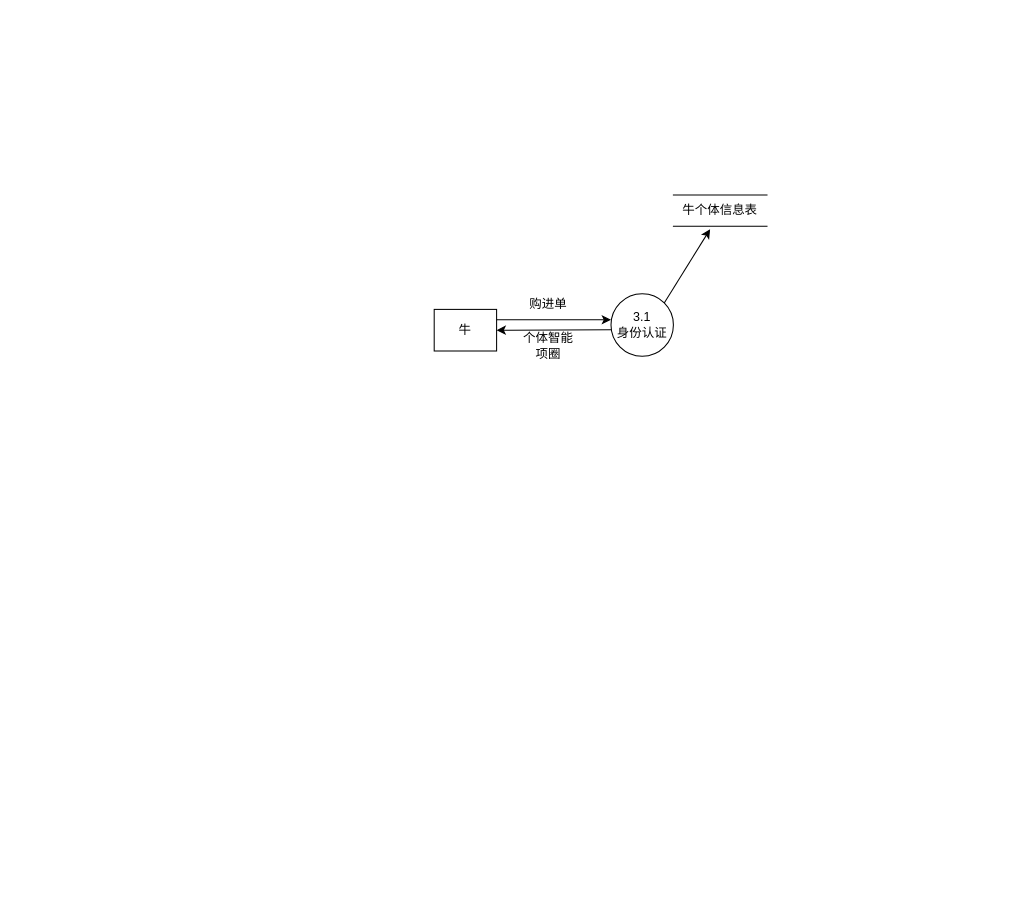
Before: Untitled Diagram.drawio in FanDoggie/github-slideshow, a draw.io diagram. Source tidied: cells renumbered, new cells numbered last; positions are measured from the earlier drawing's top-left corner, leaving out a move shared by most shapes. Both pictures are drawn from the tidied source at 104%, with x=0, y=0 at pixel (434, 194).
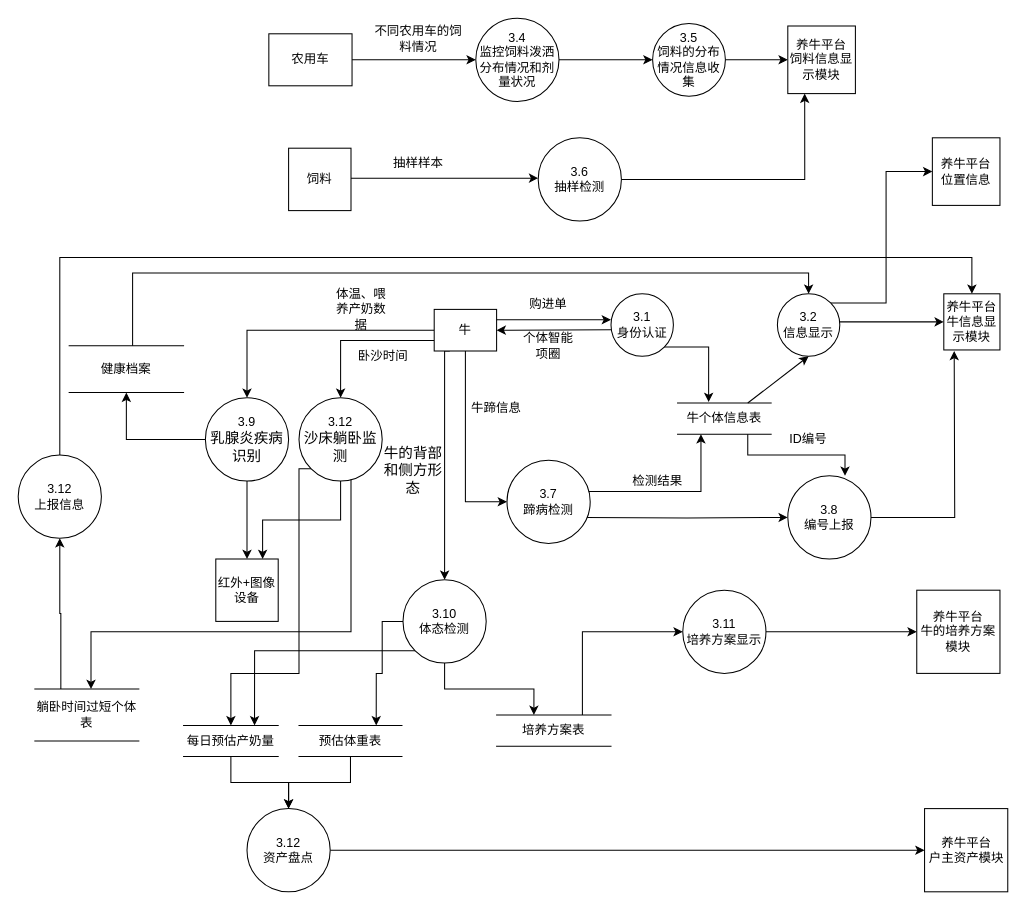
After the change.

The change refers to these unchanged cells:
```xml
<mxCell id="3" value="牛" style="rounded=0;whiteSpace=wrap;html=1;" parent="1" vertex="1">
  <mxGeometry y="110" width="60" height="40" as="geometry" />
</mxCell>
<mxCell id="4" value="3.1&lt;br&gt;身份认证" style="ellipse;whiteSpace=wrap;html=1;" parent="1" vertex="1">
  <mxGeometry x="170" y="95" width="60" height="60" as="geometry" />
</mxCell>
```

What changed in the source:
```diff
@@
+    <mxCell id="10" style="edgeStyle=orthogonalEdgeStyle;rounded=0;jettySize=auto;html=1;exitX=0.75;exitY=1;exitDx=0;exitDy=0;" parent="1" edge="1" source="2">
+      <mxGeometry relative="1" as="geometry">
+        <mxPoint x="395" y="270" as="targetPoint" />
+        <Array as="points">
+          <mxPoint x="302" y="250" />
+          <mxPoint x="395" y="250" />
+        </Array>
+      </mxGeometry>
+    </mxCell>
     <mxCell id="2" value="牛个体信息表" style="shape=partialRectangle;whiteSpace=wrap;html=1;left=0;right=0;fillColor=none;" parent="1" vertex="1">
-      <mxGeometry x="230" width="90" height="30" as="geometry" />
+      <mxGeometry x="234" y="200" width="90" height="30" as="geometry" />
     </mxCell>
+    <mxCell id="11" style="edgeStyle=orthogonalEdgeStyle;rounded=0;jettySize=auto;html=1;exitX=0.5;exitY=1;exitDx=0;exitDy=0;entryX=0;entryY=0.5;entryDx=0;entryDy=0;" parent="1" edge="1" source="3" target="35">
+      <mxGeometry relative="1" as="geometry" />
+    </mxCell>
+    <mxCell id="12" style="edgeStyle=orthogonalEdgeStyle;rounded=0;jettySize=auto;html=1;exitX=0;exitY=0.5;exitDx=0;exitDy=0;entryX=0.5;entryY=0;entryDx=0;entryDy=0;" parent="1" edge="1" source="3" target="43">
+      <mxGeometry relative="1" as="geometry" />
+    </mxCell>
+    <mxCell id="13" style="edgeStyle=orthogonalEdgeStyle;rounded=0;jettySize=auto;html=1;exitX=0.25;exitY=1;exitDx=0;exitDy=0;entryX=0.5;entryY=0;entryDx=0;entryDy=0;" parent="1" edge="1" source="3" target="51">
+      <mxGeometry relative="1" as="geometry">
+        <Array as="points">
+          <mxPoint x="10" y="150" />
+        </Array>
+      </mxGeometry>
+    </mxCell>
+    <mxCell id="14" style="edgeStyle=orthogonalEdgeStyle;rounded=0;jettySize=auto;html=1;exitX=0;exitY=0.75;exitDx=0;exitDy=0;" parent="1" edge="1" source="3" target="63">
+      <mxGeometry relative="1" as="geometry" />
+    </mxCell>
@@
+    <mxCell id="9" style="edgeStyle=orthogonalEdgeStyle;rounded=0;jettySize=auto;html=1;exitX=1;exitY=1;exitDx=0;exitDy=0;entryX=0.332;entryY=-0.032;entryDx=0;entryDy=0;entryPerimeter=0;" parent="1" edge="1" source="4" target="2">
+      <mxGeometry relative="1" as="geometry" />
+    </mxCell>
@@
-    <mxCell id="9" style="endArrow=classic;html=1;rounded=0;exitX=1;exitY=0;exitDx=0;exitDy=0;entryX=0.392;entryY=1.098;entryDx=0;entryDy=0;entryPerimeter=0;" parent="1" edge="1" source="4" target="2">
-      <mxGeometry relative="1" as="geometry" />
-    </mxCell>
+    <mxCell id="15" style="edgeStyle=orthogonalEdgeStyle;rounded=0;jettySize=auto;html=1;exitX=1;exitY=0;exitDx=0;exitDy=0;entryX=0;entryY=0.5;entryDx=0;entryDy=0;" parent="1" edge="1" source="16" target="69">
+      <mxGeometry relative="1" as="geometry" />
+    </mxCell>
+    <mxCell id="16" value="3.2&lt;br&gt;信息显示" style="ellipse;whiteSpace=wrap;html=1;" parent="1" vertex="1">
+      <mxGeometry x="330" y="95" width="60" height="60" as="geometry" />
+    </mxCell>
+    <mxCell id="17" style="endArrow=classic;html=1;rounded=0;entryX=0.5;entryY=1;entryDx=0;entryDy=0;exitX=0.75;exitY=0;exitDx=0;exitDy=0;" parent="1" edge="1" source="2" target="16">
+      <mxGeometry relative="1" as="geometry" />
+    </mxCell>
+    <mxCell id="18" value="养牛平台&lt;br&gt;牛信息显示模块" style="whiteSpace=wrap;html=1;" parent="1" vertex="1">
+      <mxGeometry x="490" y="95" width="54" height="54" as="geometry" />
+    </mxCell>
+    <mxCell id="19" style="endArrow=classic;html=1;rounded=0;entryX=0;entryY=0.5;entryDx=0;entryDy=0;" parent="1" edge="1" target="18">
+      <mxGeometry relative="1" as="geometry">
+        <mxPoint x="390" y="122" as="sourcePoint" />
+      </mxGeometry>
+    </mxCell>
+    <mxCell id="20" style="edgeStyle=orthogonalEdgeStyle;rounded=0;jettySize=auto;html=1;exitX=1;exitY=0.5;exitDx=0;exitDy=0;entryX=0;entryY=0.5;entryDx=0;entryDy=0;" parent="1" edge="1" source="21" target="25">
+      <mxGeometry relative="1" as="geometry" />
+    </mxCell>
+    <mxCell id="21" value="农用车" style="rounded=0;whiteSpace=wrap;html=1;" parent="1" vertex="1">
+      <mxGeometry x="-159" y="-155" width="80" height="50" as="geometry" />
+    </mxCell>
+    <mxCell id="22" style="edgeStyle=orthogonalEdgeStyle;rounded=0;jettySize=auto;html=1;" parent="1" edge="1" source="23" target="27">
+      <mxGeometry relative="1" as="geometry" />
+    </mxCell>
+    <mxCell id="23" value="3.5&lt;br&gt;饲料的分布情况信息收集" style="ellipse;whiteSpace=wrap;html=1;" parent="1" vertex="1">
+      <mxGeometry x="210" y="-165" width="70" height="70" as="geometry" />
+    </mxCell>
+    <mxCell id="24" style="edgeStyle=orthogonalEdgeStyle;rounded=0;jettySize=auto;html=1;" parent="1" edge="1" source="25" target="23">
+      <mxGeometry relative="1" as="geometry" />
+    </mxCell>
+    <mxCell id="25" value="3.4&lt;br&gt;监控饲料泼洒分布情况和剂量状况" style="ellipse;whiteSpace=wrap;html=1;" parent="1" vertex="1">
+      <mxGeometry x="40" y="-170" width="80" height="80" as="geometry" />
+    </mxCell>
+    <mxCell id="26" value="不同农用车的饲料情况" style="text;html=1;strokeColor=none;fillColor=none;align=center;verticalAlign=middle;whiteSpace=wrap;rounded=0;" parent="1" vertex="1">
+      <mxGeometry x="-60" y="-165" width="90" height="30" as="geometry" />
+    </mxCell>
+    <mxCell id="27" value="养牛平台&lt;br&gt;饲料信息显示模块" style="whiteSpace=wrap;html=1;" parent="1" vertex="1">
+      <mxGeometry x="340" y="-162.5" width="65" height="65" as="geometry" />
+    </mxCell>
+    <mxCell id="28" style="edgeStyle=orthogonalEdgeStyle;rounded=0;orthogonalLoop=1;jettySize=auto;html=1;" parent="1" edge="1">
+      <mxGeometry relative="1" as="geometry">
+        <mxPoint x="-80" y="-16.2" as="sourcePoint" />
+        <mxPoint x="100" y="-16.2" as="targetPoint" />
+      </mxGeometry>
+    </mxCell>
+    <mxCell id="29" value="饲料" style="whiteSpace=wrap;html=1;" parent="1" vertex="1">
+      <mxGeometry x="-140" y="-45" width="60" height="60" as="geometry" />
+    </mxCell>
+    <mxCell id="30" style="edgeStyle=orthogonalEdgeStyle;rounded=0;jettySize=auto;html=1;exitX=1;exitY=0.5;exitDx=0;exitDy=0;entryX=0.25;entryY=1;entryDx=0;entryDy=0;" parent="1" edge="1" source="31" target="27">
+      <mxGeometry relative="1" as="geometry" />
+    </mxCell>
+    <mxCell id="31" value="3.6&lt;br&gt;抽样检测" style="ellipse;whiteSpace=wrap;html=1;" parent="1" vertex="1">
+      <mxGeometry x="100" y="-55" width="80" height="80" as="geometry" />
+    </mxCell>
+    <mxCell id="32" value="抽样样本" style="text;html=1;strokeColor=none;fillColor=none;align=center;verticalAlign=middle;whiteSpace=wrap;rounded=0;" parent="1" vertex="1">
+      <mxGeometry x="-45" y="-45" width="60" height="30" as="geometry" />
+    </mxCell>
+    <mxCell id="33" style="edgeStyle=orthogonalEdgeStyle;rounded=0;jettySize=auto;html=1;entryX=0.25;entryY=1;entryDx=0;entryDy=0;exitX=0.977;exitY=0.397;exitDx=0;exitDy=0;exitPerimeter=0;" parent="1" edge="1" source="35" target="2">
+      <mxGeometry relative="1" as="geometry">
+        <Array as="points">
+          <mxPoint x="148" y="285" />
+          <mxPoint x="257" y="285" />
+        </Array>
+      </mxGeometry>
+    </mxCell>
+    <mxCell id="34" style="edgeStyle=orthogonalEdgeStyle;rounded=0;jettySize=auto;html=1;entryX=0;entryY=0.5;entryDx=0;entryDy=0;" parent="1" edge="1" target="39">
+      <mxGeometry relative="1" as="geometry">
+        <mxPoint x="145" y="310" as="sourcePoint" />
+      </mxGeometry>
+    </mxCell>
+    <mxCell id="35" value="3.7&lt;br&gt;蹄病检测" style="ellipse;whiteSpace=wrap;html=1;" parent="1" vertex="1">
+      <mxGeometry x="70" y="255" width="80" height="80" as="geometry" />
+    </mxCell>
+    <mxCell id="36" value="牛蹄信息" style="text;html=1;strokeColor=none;fillColor=none;align=center;verticalAlign=middle;whiteSpace=wrap;rounded=0;" parent="1" vertex="1">
+      <mxGeometry x="30" y="190" width="60" height="30" as="geometry" />
+    </mxCell>
+    <mxCell id="37" value="检测结果" style="text;html=1;strokeColor=none;fillColor=none;align=center;verticalAlign=middle;whiteSpace=wrap;rounded=0;" parent="1" vertex="1">
+      <mxGeometry x="185" y="260" width="60" height="30" as="geometry" />
+    </mxCell>
+    <mxCell id="38" style="edgeStyle=orthogonalEdgeStyle;rounded=0;jettySize=auto;html=1;exitX=1;exitY=0.5;exitDx=0;exitDy=0;" parent="1" edge="1" source="39">
+      <mxGeometry relative="1" as="geometry">
+        <mxPoint x="500" y="150" as="targetPoint" />
+      </mxGeometry>
+    </mxCell>
+    <mxCell id="39" value="3.8&lt;br&gt;编号上报" style="ellipse;whiteSpace=wrap;html=1;" parent="1" vertex="1">
+      <mxGeometry x="340" y="270" width="80" height="80" as="geometry" />
+    </mxCell>
+    <mxCell id="40" value="红外+图像设备" style="whiteSpace=wrap;html=1;" parent="1" vertex="1">
+      <mxGeometry x="-210" y="350" width="60" height="60" as="geometry" />
+    </mxCell>
+    <mxCell id="41" style="edgeStyle=orthogonalEdgeStyle;rounded=0;jettySize=auto;html=1;" parent="1" edge="1" source="43">
+      <mxGeometry relative="1" as="geometry">
+        <mxPoint x="-180" y="350" as="targetPoint" />
+      </mxGeometry>
+    </mxCell>
+    <mxCell id="42" style="edgeStyle=orthogonalEdgeStyle;rounded=0;jettySize=auto;html=1;entryX=0.5;entryY=1;entryDx=0;entryDy=0;" parent="1" edge="1" source="43" target="47">
+      <mxGeometry relative="1" as="geometry" />
+    </mxCell>
+    <mxCell id="43" value="3.9&lt;br&gt;&lt;font face=&quot;等线&quot;&gt;&lt;span style=&quot;font-size: 14px&quot;&gt;乳腺炎疾病识别&lt;/span&gt;&lt;/font&gt;" style="ellipse;whiteSpace=wrap;html=1;" parent="1" vertex="1">
+      <mxGeometry x="-220" y="195" width="80" height="80" as="geometry" />
+    </mxCell>
+    <mxCell id="44" value="ID编号" style="text;html=1;strokeColor=none;fillColor=none;align=center;verticalAlign=middle;whiteSpace=wrap;rounded=0;" parent="1" vertex="1">
+      <mxGeometry x="330" y="220" width="60" height="30" as="geometry" />
+    </mxCell>
+    <mxCell id="45" value="体温、喂养产奶数据" style="text;html=1;strokeColor=none;fillColor=none;align=center;verticalAlign=middle;whiteSpace=wrap;rounded=0;" parent="1" vertex="1">
+      <mxGeometry x="-100" y="95" width="60" height="30" as="geometry" />
+    </mxCell>
+    <mxCell id="46" style="edgeStyle=orthogonalEdgeStyle;rounded=0;jettySize=auto;html=1;entryX=0.5;entryY=0;entryDx=0;entryDy=0;" parent="1" edge="1" source="47" target="16">
+      <mxGeometry relative="1" as="geometry">
+        <Array as="points">
+          <mxPoint x="-290" y="75" />
+          <mxPoint x="360" y="75" />
+        </Array>
+      </mxGeometry>
+    </mxCell>
+    <mxCell id="47" value="健康档案" style="shape=partialRectangle;whiteSpace=wrap;html=1;left=0;right=0;fillColor=none;" parent="1" vertex="1">
+      <mxGeometry x="-351" y="145" width="110" height="45" as="geometry" />
+    </mxCell>
+    <mxCell id="48" style="edgeStyle=orthogonalEdgeStyle;rounded=0;jettySize=auto;html=1;entryX=0.326;entryY=-0.001;entryDx=0;entryDy=0;exitX=0.5;exitY=1;exitDx=0;exitDy=0;entryPerimeter=0;" parent="1" edge="1" source="51" target="54">
+      <mxGeometry relative="1" as="geometry" />
+    </mxCell>
+    <mxCell id="49" style="edgeStyle=orthogonalEdgeStyle;rounded=0;jettySize=auto;html=1;exitX=0;exitY=0.5;exitDx=0;exitDy=0;entryX=0.75;entryY=0;entryDx=0;entryDy=0;" parent="1" edge="1" source="51" target="59">
+      <mxGeometry relative="1" as="geometry">
+        <Array as="points">
+          <mxPoint x="-50" y="410" />
+          <mxPoint x="-50" y="460" />
+          <mxPoint x="-56" y="460" />
+        </Array>
+      </mxGeometry>
+    </mxCell>
+    <mxCell id="50" style="edgeStyle=orthogonalEdgeStyle;rounded=0;jettySize=auto;html=1;exitX=0;exitY=1;exitDx=0;exitDy=0;entryX=0.75;entryY=0;entryDx=0;entryDy=0;" parent="1" edge="1" source="51" target="71">
+      <mxGeometry relative="1" as="geometry" />
+    </mxCell>
+    <mxCell id="51" value="3.10&lt;br&gt;体态检测" style="ellipse;whiteSpace=wrap;html=1;" parent="1" vertex="1">
+      <mxGeometry x="-30" y="370" width="80" height="80" as="geometry" />
+    </mxCell>
+    <mxCell id="52" value="&lt;span style=&quot;font-size: 10.5pt&quot;&gt;牛的背部和侧方形态&lt;/span&gt;" style="text;html=1;strokeColor=none;fillColor=none;align=center;verticalAlign=middle;whiteSpace=wrap;rounded=0;" parent="1" vertex="1">
+      <mxGeometry x="-50" y="210" width="60" height="110" as="geometry" />
+    </mxCell>
+    <mxCell id="53" style="edgeStyle=orthogonalEdgeStyle;rounded=0;jettySize=auto;html=1;exitX=0.75;exitY=0;exitDx=0;exitDy=0;entryX=0;entryY=0.5;entryDx=0;entryDy=0;" parent="1" edge="1" source="54" target="56">
+      <mxGeometry relative="1" as="geometry" />
+    </mxCell>
+    <mxCell id="54" value="培养方案表" style="shape=partialRectangle;whiteSpace=wrap;html=1;left=0;right=0;fillColor=none;" parent="1" vertex="1">
+      <mxGeometry x="60" y="500" width="110" height="30" as="geometry" />
+    </mxCell>
+    <mxCell id="55" style="edgeStyle=orthogonalEdgeStyle;rounded=0;jettySize=auto;html=1;exitX=1;exitY=0.5;exitDx=0;exitDy=0;" parent="1" edge="1" source="56" target="57">
+      <mxGeometry relative="1" as="geometry" />
+    </mxCell>
+    <mxCell id="56" value="3.11&lt;br&gt;培养方案显示" style="ellipse;whiteSpace=wrap;html=1;" parent="1" vertex="1">
+      <mxGeometry x="239" y="380" width="80" height="80" as="geometry" />
+    </mxCell>
+    <mxCell id="57" value="养牛平台&lt;br&gt;牛的培养方案模块" style="whiteSpace=wrap;html=1;" parent="1" vertex="1">
+      <mxGeometry x="464" y="380" width="80" height="80" as="geometry" />
+    </mxCell>
+    <mxCell id="58" style="edgeStyle=orthogonalEdgeStyle;rounded=0;jettySize=auto;html=1;exitX=0.5;exitY=1;exitDx=0;exitDy=0;" parent="1" edge="1" source="59" target="73">
+      <mxGeometry relative="1" as="geometry" />
+    </mxCell>
+    <mxCell id="59" value="预估体重表" style="shape=partialRectangle;whiteSpace=wrap;html=1;left=0;right=0;fillColor=none;" parent="1" vertex="1">
+      <mxGeometry x="-130" y="510" width="99" height="30" as="geometry" />
+    </mxCell>
+    <mxCell id="60" style="edgeStyle=orthogonalEdgeStyle;rounded=0;jettySize=auto;html=1;exitX=0.5;exitY=1;exitDx=0;exitDy=0;entryX=0.75;entryY=0;entryDx=0;entryDy=0;" parent="1" edge="1" source="63" target="40">
+      <mxGeometry relative="1" as="geometry" />
+    </mxCell>
+    <mxCell id="61" style="edgeStyle=orthogonalEdgeStyle;rounded=0;jettySize=auto;html=1;exitX=1;exitY=1;exitDx=0;exitDy=0;" parent="1" edge="1" source="63" target="66">
+      <mxGeometry relative="1" as="geometry">
+        <Array as="points">
+          <mxPoint x="-80" y="263" />
+          <mxPoint x="-80" y="420" />
+          <mxPoint x="-330" y="420" />
+        </Array>
+      </mxGeometry>
+    </mxCell>
+    <mxCell id="62" style="edgeStyle=orthogonalEdgeStyle;rounded=0;jettySize=auto;html=1;exitX=0;exitY=1;exitDx=0;exitDy=0;entryX=0.5;entryY=0;entryDx=0;entryDy=0;" parent="1" edge="1" source="63" target="71">
+      <mxGeometry relative="1" as="geometry">
+        <Array as="points">
+          <mxPoint x="-130" y="263" />
+          <mxPoint x="-130" y="460" />
+          <mxPoint x="-195" y="460" />
+        </Array>
+      </mxGeometry>
+    </mxCell>
+    <mxCell id="63" value="3.12&lt;br&gt;&lt;span style=&quot;font-size: 10.5pt&quot;&gt;沙床躺卧监测&lt;/span&gt;" style="ellipse;whiteSpace=wrap;html=1;" parent="1" vertex="1">
+      <mxGeometry x="-130" y="195" width="80" height="80" as="geometry" />
+    </mxCell>
+    <mxCell id="64" value="卧沙时间" style="text;html=1;strokeColor=none;fillColor=none;align=center;verticalAlign=middle;whiteSpace=wrap;rounded=0;" parent="1" vertex="1">
+      <mxGeometry x="-79" y="140" width="60" height="30" as="geometry" />
+    </mxCell>
+    <mxCell id="65" style="edgeStyle=orthogonalEdgeStyle;rounded=0;jettySize=auto;html=1;exitX=0.25;exitY=0;exitDx=0;exitDy=0;entryX=0.5;entryY=1;entryDx=0;entryDy=0;" parent="1" edge="1" source="66" target="68">
+      <mxGeometry relative="1" as="geometry" />
+    </mxCell>
+    <mxCell id="66" value="躺卧时间过短个体表" style="shape=partialRectangle;whiteSpace=wrap;html=1;left=0;right=0;fillColor=none;" parent="1" vertex="1">
+      <mxGeometry x="-384" y="475" width="100" height="50" as="geometry" />
+    </mxCell>
+    <mxCell id="67" style="edgeStyle=orthogonalEdgeStyle;rounded=0;jettySize=auto;html=1;exitX=0.5;exitY=0;exitDx=0;exitDy=0;entryX=0.5;entryY=0;entryDx=0;entryDy=0;" parent="1" edge="1" target="18">
+      <mxGeometry relative="1" as="geometry">
+        <mxPoint x="-360" y="290" as="sourcePoint" />
+        <Array as="points">
+          <mxPoint x="-360" y="60" />
+          <mxPoint x="517" y="60" />
+        </Array>
+      </mxGeometry>
+    </mxCell>
+    <mxCell id="68" value="3.12&lt;br&gt;上报信息" style="ellipse;whiteSpace=wrap;html=1;" parent="1" vertex="1">
+      <mxGeometry x="-400" y="250" width="80" height="80" as="geometry" />
+    </mxCell>
+    <mxCell id="69" value="养牛平台&lt;br&gt;位置信息" style="whiteSpace=wrap;html=1;" parent="1" vertex="1">
+      <mxGeometry x="479" y="-55" width="65" height="65" as="geometry" />
+    </mxCell>
+    <mxCell id="70" style="edgeStyle=orthogonalEdgeStyle;rounded=0;jettySize=auto;html=1;exitX=0.5;exitY=1;exitDx=0;exitDy=0;" parent="1" edge="1" source="71" target="73">
+      <mxGeometry relative="1" as="geometry" />
+    </mxCell>
+    <mxCell id="71" value="每日预估产奶量" style="shape=partialRectangle;whiteSpace=wrap;html=1;left=0;right=0;fillColor=none;" parent="1" vertex="1">
+      <mxGeometry x="-241" y="510" width="91" height="30" as="geometry" />
+    </mxCell>
+    <mxCell id="72" style="edgeStyle=orthogonalEdgeStyle;rounded=0;jettySize=auto;html=1;exitX=1;exitY=0.5;exitDx=0;exitDy=0;entryX=0;entryY=0.5;entryDx=0;entryDy=0;" parent="1" edge="1" source="73" target="74">
+      <mxGeometry relative="1" as="geometry" />
+    </mxCell>
+    <mxCell id="73" value="3.12&lt;br&gt;资产盘点" style="ellipse;whiteSpace=wrap;html=1;" parent="1" vertex="1">
+      <mxGeometry x="-180" y="590" width="80" height="80" as="geometry" />
+    </mxCell>
+    <mxCell id="74" value="养牛平台&lt;br&gt;户主资产模块" style="whiteSpace=wrap;html=1;" parent="1" vertex="1">
+      <mxGeometry x="471.5" y="590" width="80" height="80" as="geometry" />
+    </mxCell>
```
